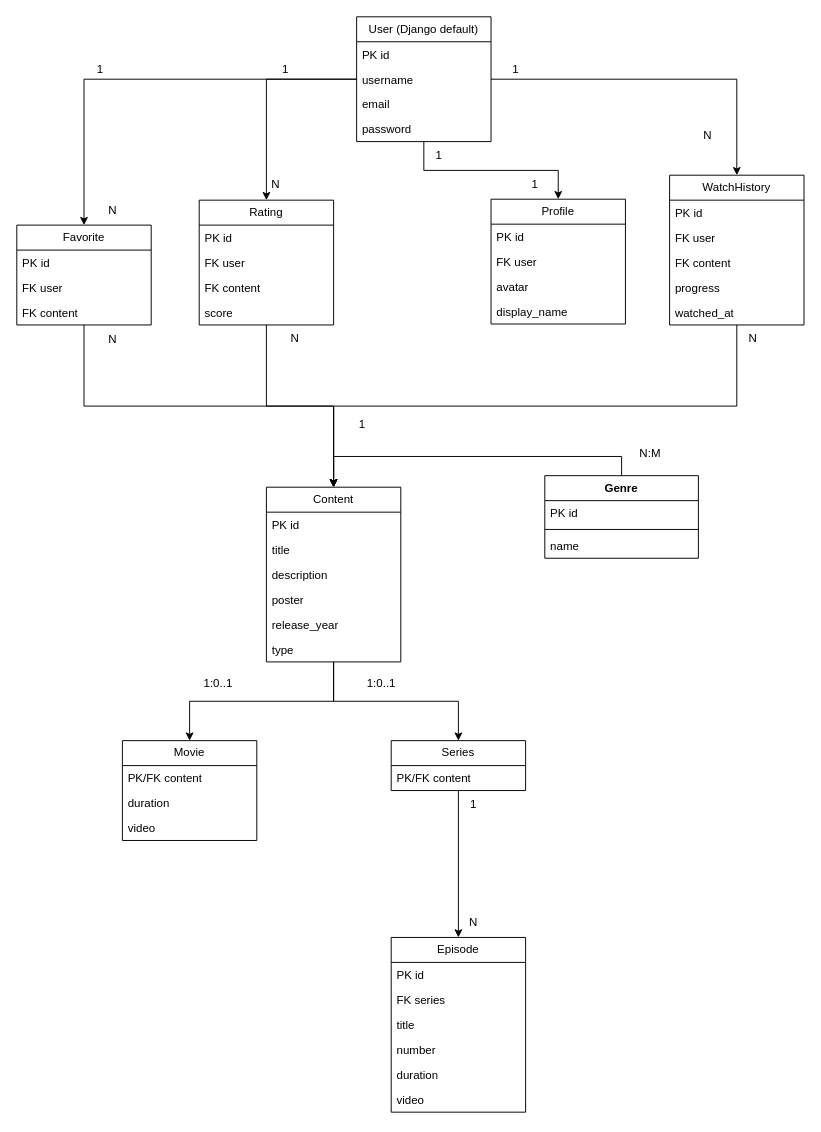
The draw.io diagram Vladflix.drawio in Vladthe49th/Vladflix, before the edit. Source tidied: cells renumbered, new cells numbered last; positions are measured from the earlier drawing's top-left corner, leaving out a move shared by most shapes. Both pictures are drawn from the tidied source at 96%, with x=0, y=0 at pixel (16, 16).
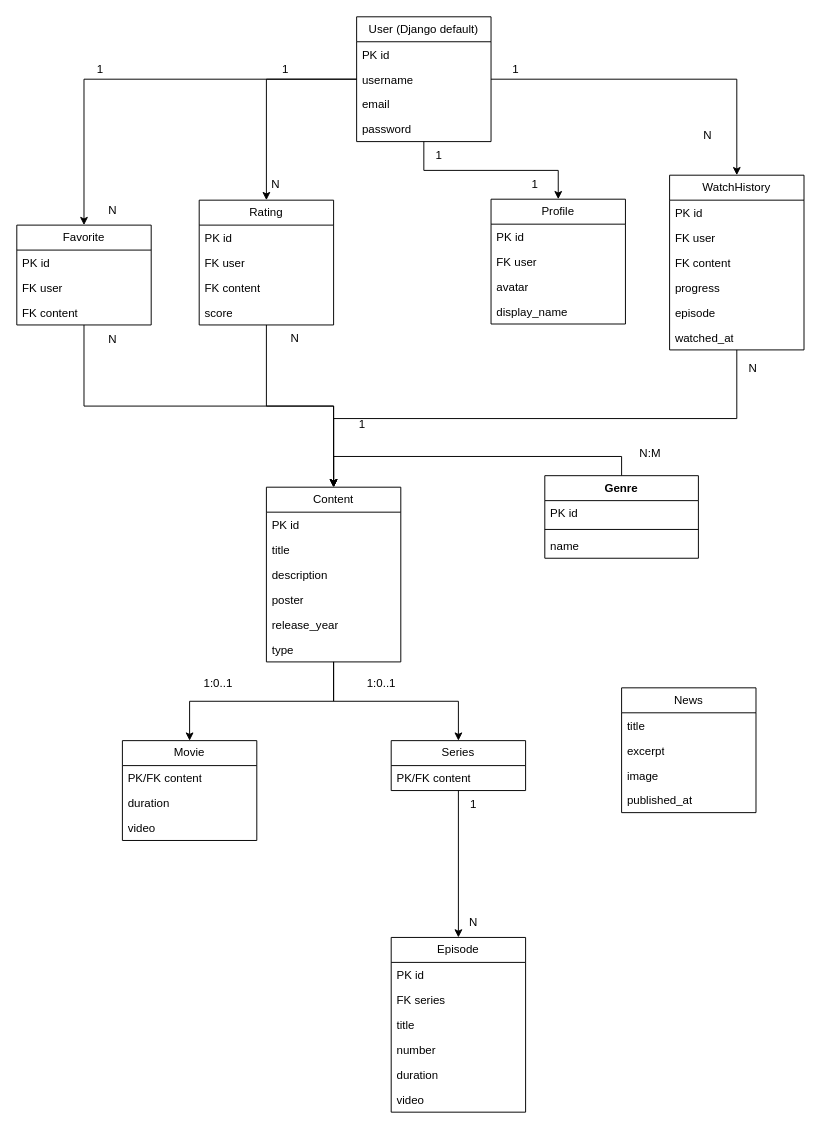
The same diagram, later.

Change to the diagram source:
```diff
@@
     <mxCell id="33" value="WatchHistory" style="swimlane;fontStyle=0;horizontal=1;startSize=26;fillColor=none;whiteSpace=wrap;html=1;" parent="1" vertex="1">
-      <mxGeometry x="680" y="165" width="140" height="156" as="geometry" />
+      <mxGeometry x="680" y="165" width="140" height="182" as="geometry" />
     </mxCell>
@@
+    <mxCell id="79" value="episode" style="text;strokeColor=none;fillColor=none;align=left;verticalAlign=top;spacingLeft=4;spacingRight=4;overflow=hidden;whiteSpace=wrap;html=1;" parent="33" vertex="1">
+      <mxGeometry y="130" width="140" height="26" as="geometry" />
+    </mxCell>
     <mxCell id="38" value="watched_at" style="text;strokeColor=none;fillColor=none;align=left;verticalAlign=top;spacingLeft=4;spacingRight=4;overflow=hidden;whiteSpace=wrap;html=1;" parent="33" vertex="1">
-      <mxGeometry y="130" width="140" height="26" as="geometry" />
+      <mxGeometry y="156" width="140" height="26" as="geometry" />
     </mxCell>
@@
     <mxCell id="60" value="N" style="text;html=1;whiteSpace=wrap;strokeColor=none;fillColor=none;align=center;verticalAlign=middle;rounded=0;" parent="1" vertex="1">
-      <mxGeometry x="737" y="320" width="60" height="30" as="geometry" />
+      <mxGeometry x="737" y="351" width="60" height="30" as="geometry" />
     </mxCell>
@@
+    <mxCell id="80" value="News" style="swimlane;fontStyle=0;horizontal=1;startSize=26;fillColor=none;whiteSpace=wrap;html=1;" parent="1" vertex="1">
+      <mxGeometry x="630" y="699" width="140" height="130" as="geometry" />
+    </mxCell>
+    <mxCell id="81" value="title" style="text;strokeColor=none;fillColor=none;align=left;verticalAlign=top;spacingLeft=4;spacingRight=4;overflow=hidden;whiteSpace=wrap;html=1;" parent="80" vertex="1">
+      <mxGeometry y="26" width="140" height="26" as="geometry" />
+    </mxCell>
+    <mxCell id="82" value="excerpt" style="text;strokeColor=none;fillColor=none;align=left;verticalAlign=top;spacingLeft=4;spacingRight=4;overflow=hidden;whiteSpace=wrap;html=1;" parent="80" vertex="1">
+      <mxGeometry y="52" width="140" height="26" as="geometry" />
+    </mxCell>
+    <mxCell id="83" value="image" style="text;strokeColor=none;fillColor=none;align=left;verticalAlign=top;spacingLeft=4;spacingRight=4;overflow=hidden;whiteSpace=wrap;html=1;" parent="80" vertex="1">
+      <mxGeometry y="78" width="140" height="26" as="geometry" />
+    </mxCell>
+    <mxCell id="84" value="published_at" style="text;strokeColor=none;fillColor=none;align=left;verticalAlign=top;spacingLeft=4;spacingRight=4;overflow=hidden;whiteSpace=wrap;html=1;" parent="80" vertex="1">
+      <mxGeometry y="104" width="140" height="26" as="geometry" />
+    </mxCell>
```
